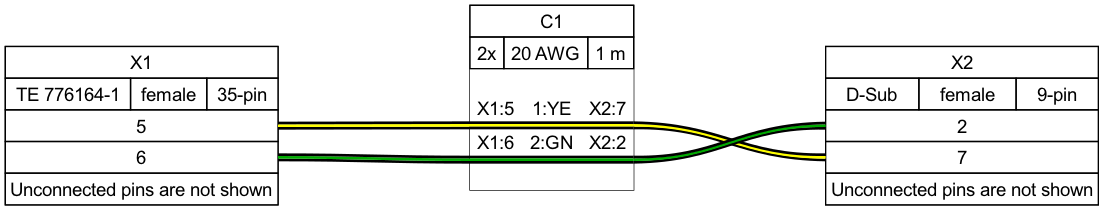
tobiasfalk/WireViz keeps this Graphviz diagram as examples/ex07.png. Above is the earlier version. Its source is kept beside it as examples/ex07.gv.
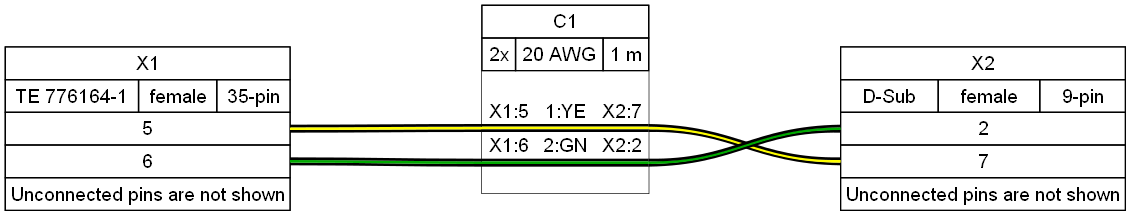
The same file after the commit.

Diff of the diagram source:
```diff
@@ -132,19 +132,7 @@
      <td align="right">X2:7 </td>
     </tr>
     <tr>
-     <td border="0" cellspacing="0" cellpadding="0" colspan="5" height="6" port="w1">
-      <table border="0" cellborder="0" cellspacing="0">
-       <tr>
-        <td bgcolor="#000000" border="0" cellpadding="0" colspan="5" height="2"></td>
-       </tr>
-       <tr>
-        <td bgcolor="#FFFF00" border="0" cellpadding="0" colspan="5" height="2"></td>
-       </tr>
-       <tr>
-        <td bgcolor="#000000" border="0" cellpadding="0" colspan="5" height="2"></td>
-       </tr>
-      </table>
-     </td>
+     <td border="0" cellspacing="0" cellpadding="0" colspan="5" height="6" port="w1"></td>
     </tr>
     <tr>
      <td align="left"> X1:6</td>
@@ -154,19 +142,7 @@
      <td align="right">X2:2 </td>
     </tr>
     <tr>
-     <td border="0" cellspacing="0" cellpadding="0" colspan="5" height="6" port="w2">
-      <table border="0" cellborder="0" cellspacing="0">
-       <tr>
-        <td bgcolor="#000000" border="0" cellpadding="0" colspan="5" height="2"></td>
-       </tr>
-       <tr>
-        <td bgcolor="#00AA00" border="0" cellpadding="0" colspan="5" height="2"></td>
-       </tr>
-       <tr>
-        <td bgcolor="#000000" border="0" cellpadding="0" colspan="5" height="2"></td>
-       </tr>
-      </table>
-     </td>
+     <td border="0" cellspacing="0" cellpadding="0" colspan="5" height="6" port="w2"></td>
     </tr>
     <tr>
      <td>&nbsp;</td>
@@ -182,4 +158,6 @@
 	edge [color="#000000:#00AA00:#000000"]
 	X1:p6r:e -- C1:w2:w
 	C1:w2:e -- X2:p2l:w
+	C1:w1:e -- C1:w1:w [color="#000000:#FFFF00:#000000" straight=straight]
+	C1:w2:e -- C1:w2:w [color="#000000:#00AA00:#000000" straight=straight]
 }
```
